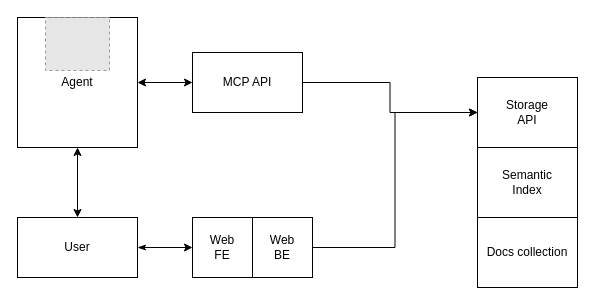
The draw.io diagram docs/diagram.drawio in joel-solymosi/cortex, before the edit. Source tidied: cells renumbered, new cells numbered last; positions are measured from the earlier drawing's top-left corner, leaving out a move shared by most shapes. Both pictures are drawn from the tidied source at 100%, with x=0, y=0 at pixel (17, 17). Pictures stored in the file or linked from it are replaced by grey dashed boxes.
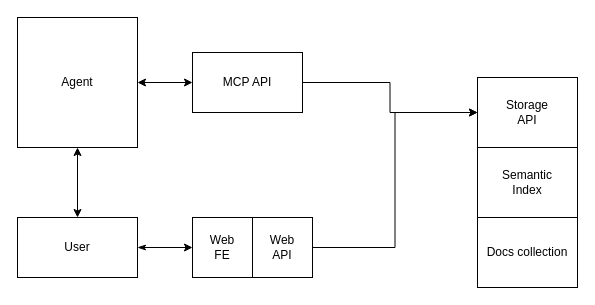
After the change.

Change to the diagram source:
```diff
@@
 <mxGraphModel>
   <root>
     <mxCell id="0" />
     <mxCell id="1" parent="0" />
     <mxCell id="2" style="edgeStyle=orthogonalEdgeStyle;rounded=0;jettySize=auto;html=1;exitX=1;exitY=0.5;exitDx=0;exitDy=0;entryX=0;entryY=0.5;entryDx=0;entryDy=0;startArrow=classic;startFill=1;" parent="1" edge="1" source="3" target="9">
       <mxGeometry relative="1" as="geometry" />
     </mxCell>
     <mxCell id="3" value="Agent" style="whiteSpace=wrap;html=1;" parent="1" vertex="1">
       <mxGeometry width="120" height="130" as="geometry" />
     </mxCell>
     <mxCell id="4" style="edgeStyle=orthogonalEdgeStyle;rounded=0;jettySize=auto;html=1;exitX=1;exitY=0.5;exitDx=0;exitDy=0;entryX=0;entryY=0.5;entryDx=0;entryDy=0;startArrow=classicThin;startFill=1;" parent="1" edge="1" source="6" target="7">
       <mxGeometry relative="1" as="geometry" />
     </mxCell>
     <mxCell id="5" style="edgeStyle=orthogonalEdgeStyle;rounded=0;jettySize=auto;html=1;exitX=0.5;exitY=0;exitDx=0;exitDy=0;startArrow=classic;startFill=1;" parent="1" edge="1" source="6" target="3">
       <mxGeometry relative="1" as="geometry" />
     </mxCell>
     <mxCell id="6" value="User" style="whiteSpace=wrap;html=1;" parent="1" vertex="1">
       <mxGeometry y="200" width="120" height="60" as="geometry" />
     </mxCell>
     <mxCell id="7" value="Web&lt;br&gt;FE" style="whiteSpace=wrap;html=1;" parent="1" vertex="1">
       <mxGeometry x="175" y="200" width="60" height="60" as="geometry" />
     </mxCell>
     <mxCell id="8" style="edgeStyle=orthogonalEdgeStyle;rounded=0;jettySize=auto;html=1;exitX=1;exitY=0.5;exitDx=0;exitDy=0;entryX=0;entryY=0.5;entryDx=0;entryDy=0;" parent="1" edge="1" source="9" target="14">
       <mxGeometry relative="1" as="geometry" />
     </mxCell>
     <mxCell id="9" value="MCP API" style="whiteSpace=wrap;html=1;" parent="1" vertex="1">
       <mxGeometry x="175" y="35" width="110" height="60" as="geometry" />
     </mxCell>
     <mxCell id="10" style="edgeStyle=orthogonalEdgeStyle;rounded=0;jettySize=auto;html=1;exitX=1;exitY=0.5;exitDx=0;exitDy=0;entryX=0;entryY=0.5;entryDx=0;entryDy=0;" parent="1" edge="1" source="11" target="14">
       <mxGeometry relative="1" as="geometry" />
     </mxCell>
-    <mxCell id="11" value="Web&lt;br&gt;BE" style="whiteSpace=wrap;html=1;" parent="1" vertex="1">
+    <mxCell id="11" value="Web&lt;br&gt;API" style="whiteSpace=wrap;html=1;" parent="1" vertex="1">
       <mxGeometry x="235" y="200" width="60" height="60" as="geometry" />
     </mxCell>
     <mxCell id="12" value="Docs collection" style="whiteSpace=wrap;html=1;" parent="1" vertex="1">
       <mxGeometry x="460" y="200" width="100" height="70" as="geometry" />
     </mxCell>
     <mxCell id="13" value="&lt;span style=&quot;text-wrap: nowrap;&quot;&gt;Semantic&lt;/span&gt;&lt;br style=&quot;text-wrap: nowrap;&quot;&gt;&lt;span style=&quot;text-wrap: nowrap;&quot;&gt;Index&lt;/span&gt;" style="whiteSpace=wrap;html=1;" parent="1" vertex="1">
       <mxGeometry x="460" y="130" width="100" height="70" as="geometry" />
     </mxCell>
     <mxCell id="14" value="&lt;span style=&quot;text-wrap: nowrap;&quot;&gt;Storage&lt;br&gt;API&lt;/span&gt;" style="whiteSpace=wrap;html=1;" parent="1" vertex="1">
       <mxGeometry x="460" y="60" width="100" height="70" as="geometry" />
     </mxCell>
-    <mxCell id="15" style="fillColor=#E6E6E6;strokeColor=#999999;dashed=1;verticalLabelPosition=bottom;labelBackgroundColor=default;verticalAlign=top;" parent="1" vertex="1">
-      <mxGeometry x="28" width="64" height="53" as="geometry" />
-    </mxCell>
   </root>
 </mxGraphModel>
```
